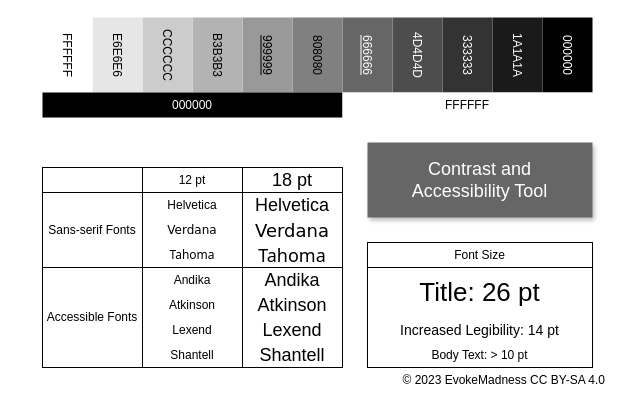
Above: src/drawio/contrast-accessibility-tool.drawio in EvokeMadness/note-cards (draw.io), before the change. Source tidied: cells renumbered, new cells numbered last; positions are measured from the earlier drawing's top-left corner, leaving out a move shared by most shapes. Both pictures are drawn from the tidied source at 100%, with x=0, y=0 at pixel (17, 30).
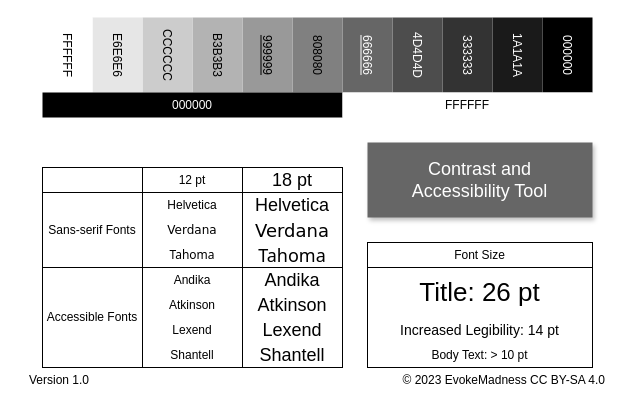
After the change.

What changed in the source:
```diff
@@
     <mxCell id="28" value="© 2023 EvokeMadness CC BY-SA 4.0" style="text;html=1;strokeColor=none;fillColor=none;align=right;verticalAlign=middle;whiteSpace=wrap;rounded=0;spacingRight=10;" parent="1" vertex="1">
-      <mxGeometry y="337" width="600" height="25" as="geometry" />
+      <mxGeometry x="325" y="337" width="275" height="25" as="geometry" />
     </mxCell>
@@
+    <mxCell id="47" value="Version 1.0" style="text;html=1;strokeColor=none;fillColor=none;align=left;verticalAlign=middle;whiteSpace=wrap;rounded=0;spacingRight=0;spacingLeft=10;" parent="1" vertex="1">
+      <mxGeometry y="337" width="275" height="25" as="geometry" />
+    </mxCell>
```
